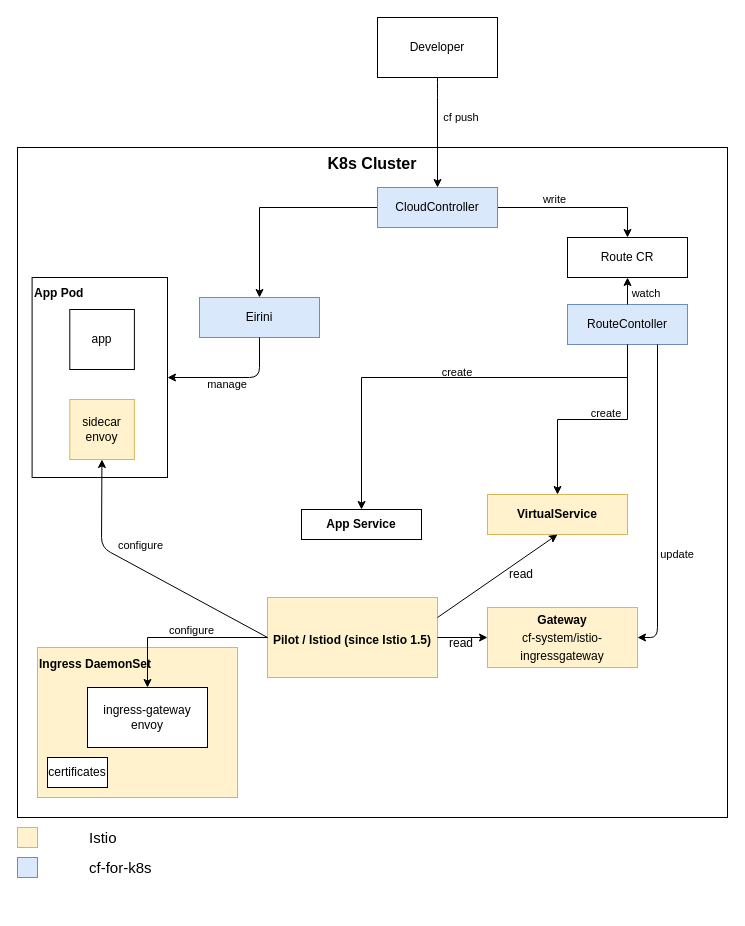
Earlier version of the draw.io diagram doc/configuration.drawio (akhinos/cf4k8s-networking). Source tidied: cells renumbered, new cells numbered last; positions are measured from the earlier drawing's top-left corner, leaving out a move shared by most shapes. Both pictures are drawn from the tidied source at 100%, with x=0, y=0 at pixel (17, 17).
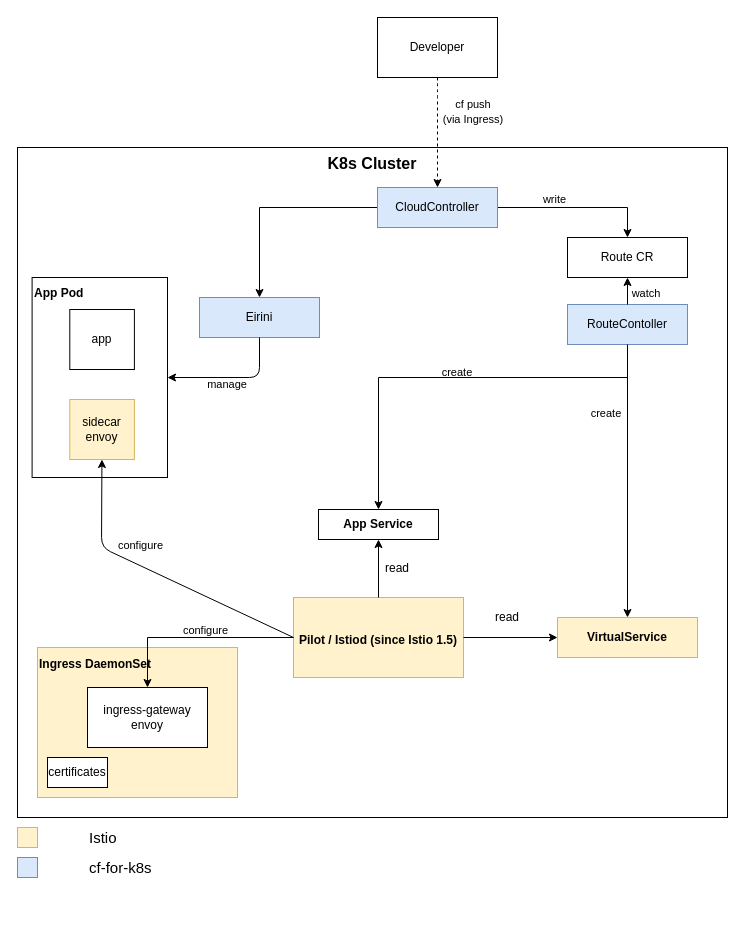
After the change.

Commit message (it also covers changes not shown here):
Adapt configuration overview

The change refers to these unchanged cells:
```xml
<mxCell id="8" value="&lt;b&gt;&lt;br&gt;&lt;br&gt;Pilot / Istiod (since Istio 1.5)&lt;/b&gt;" style="rounded=0;whiteSpace=wrap;html=1;verticalAlign=top;fillColor=#fff2cc;strokeColor=#d6b656;" parent="7" vertex="1">
  <mxGeometry width="170" height="80" as="geometry" />
</mxCell>
<mxCell id="9" value="RouteContoller" style="rounded=0;whiteSpace=wrap;html=1;fillColor=#dae8fc;strokeColor=#6c8ebf;" parent="1" vertex="1">
  <mxGeometry x="550" y="287" width="120" height="40" as="geometry" />
</mxCell>
<mxCell id="13" value="CloudController" style="rounded=0;whiteSpace=wrap;html=1;fillColor=#dae8fc;strokeColor=#6c8ebf;" parent="1" vertex="1">
  <mxGeometry x="360" y="170" width="120" height="40" as="geometry" />
</mxCell>
<mxCell id="22" value="Developer" style="rounded=0;whiteSpace=wrap;html=1;" parent="1" vertex="1">
  <mxGeometry x="360" width="120" height="60" as="geometry" />
</mxCell>
```

What changed in the source:
```diff
@@
     <mxCell id="7" style="group;fillColor=#fff2cc;strokeColor=#d6b656;" parent="1" vertex="1">
-      <mxGeometry x="250" y="580" width="170" height="80" as="geometry" />
+      <mxGeometry x="276" y="580" width="170" height="80" as="geometry" />
     </mxCell>
@@
     <mxCell id="21" value="&lt;b&gt;VirtualService&lt;/b&gt;" style="rounded=0;whiteSpace=wrap;html=1;fillColor=#fff2cc;strokeColor=#d6b656;" parent="1" vertex="1">
-      <mxGeometry x="470" y="477" width="140" height="40" as="geometry" />
+      <mxGeometry x="540" y="600" width="140" height="40" as="geometry" />
     </mxCell>
@@
     <mxCell id="23" value="&lt;font style=&quot;font-size: 12px&quot;&gt;App Service&lt;/font&gt;" style="rounded=0;whiteSpace=wrap;html=1;fontSize=12;fontStyle=1;" parent="1" vertex="1">
-      <mxGeometry x="284" y="492" width="120" height="30" as="geometry" />
+      <mxGeometry x="301" y="492" width="120" height="30" as="geometry" />
     </mxCell>
@@
-    <mxCell id="32" value="&lt;div style=&quot;line-height: 18px&quot;&gt;&lt;font&gt;&lt;b&gt;&lt;font style=&quot;font-size: 12px&quot;&gt;Gateway&lt;/font&gt;&lt;br&gt;&lt;/b&gt;&lt;/font&gt;cf-system/istio-ingressgateway&lt;/div&gt;" style="rounded=0;whiteSpace=wrap;html=1;fillColor=#fff2cc;strokeColor=#d6b656;labelBackgroundColor=none;" parent="1" vertex="1">
-      <mxGeometry x="470" y="590" width="150" height="60" as="geometry" />
-    </mxCell>
@@
-    <mxCell id="34" style="endArrow=classic;html=1;exitX=0.5;exitY=1;exitDx=0;exitDy=0;entryX=0.5;entryY=0;entryDx=0;entryDy=0;" parent="1" edge="1" source="22" target="13">
+    <mxCell id="34" style="endArrow=classic;html=1;exitX=0.5;exitY=1;exitDx=0;exitDy=0;entryX=0.5;entryY=0;entryDx=0;entryDy=0;dashed=1;" parent="1" edge="1" source="22" target="13">
       <mxGeometry relative="1" as="geometry">
         <Array as="points">
           <mxPoint x="420" y="70" />
         </Array>
       </mxGeometry>
     </mxCell>
-    <mxCell id="35" value="&lt;font style=&quot;font-size: 11px&quot;&gt;cf push&lt;/font&gt;" style="text;html=1;strokeColor=none;fillColor=none;align=center;verticalAlign=middle;whiteSpace=wrap;rounded=0;" parent="1" vertex="1">
-      <mxGeometry x="404" y="90" width="80" height="20" as="geometry" />
+    <mxCell id="35" value="&lt;font style=&quot;font-size: 11px&quot;&gt;cf push&lt;br&gt;(via Ingress)&lt;br&gt;&lt;/font&gt;" style="text;html=1;strokeColor=none;fillColor=none;align=center;verticalAlign=middle;whiteSpace=wrap;rounded=0;" parent="1" vertex="1">
+      <mxGeometry x="416" y="84" width="80" height="20" as="geometry" />
     </mxCell>
@@
-    <mxCell id="42" style="endArrow=classic;html=1;fontSize=11;exitX=0.75;exitY=1;exitDx=0;exitDy=0;entryX=1;entryY=0.5;entryDx=0;entryDy=0;" parent="1" edge="1" source="9" target="32">
-      <mxGeometry relative="1" as="geometry">
-        <Array as="points">
-          <mxPoint x="640" y="620" />
-        </Array>
-      </mxGeometry>
-    </mxCell>
@@
-    <mxCell id="44" value="update" style="text;html=1;strokeColor=none;fillColor=none;align=center;verticalAlign=middle;whiteSpace=wrap;rounded=0;fontSize=11;" parent="1" vertex="1">
-      <mxGeometry x="640" y="527" width="40" height="20" as="geometry" />
-    </mxCell>
     <mxCell id="45" style="edgeStyle=orthogonalEdgeStyle;rounded=0;jettySize=auto;html=1;" parent="1" edge="1" target="23">
       <mxGeometry relative="1" as="geometry">
         <mxPoint x="610" y="330" as="sourcePoint" />
         <Array as="points">
           <mxPoint x="610" y="360" />
-          <mxPoint x="344" y="360" />
+          <mxPoint x="361" y="360" />
         </Array>
       </mxGeometry>
     </mxCell>
@@
-    <mxCell id="47" style="endArrow=classic;html=1;fontSize=11;exitX=1;exitY=0.25;exitDx=0;exitDy=0;entryX=0.5;entryY=1;entryDx=0;entryDy=0;" parent="1" edge="1" source="8" target="21">
+    <mxCell id="47" style="endArrow=classic;html=1;fontSize=11;exitX=1;exitY=0.5;exitDx=0;exitDy=0;entryX=0;entryY=0.5;entryDx=0;entryDy=0;" parent="1" edge="1" source="8" target="21">
       <mxGeometry relative="1" as="geometry" />
     </mxCell>
-    <mxCell id="48" style="endArrow=classic;html=1;entryX=0;entryY=0.5;entryDx=0;entryDy=0;exitX=1;exitY=0.5;exitDx=0;exitDy=0;" parent="1" edge="1" source="8" target="32">
-      <mxGeometry relative="1" as="geometry" />
-    </mxCell>
     <mxCell id="49" value="read" style="text;html=1;strokeColor=none;fillColor=none;align=center;verticalAlign=middle;whiteSpace=wrap;rounded=0;" parent="1" vertex="1">
-      <mxGeometry x="484" y="547" width="40" height="20" as="geometry" />
+      <mxGeometry x="470" y="590" width="40" height="20" as="geometry" />
     </mxCell>
+    <mxCell id="51" style="edgeStyle=orthogonalEdgeStyle;rounded=0;jettySize=auto;html=1;" parent="1" edge="1" source="8" target="23">
+      <mxGeometry relative="1" as="geometry" />
+    </mxCell>
     <mxCell id="50" value="read" style="text;html=1;strokeColor=none;fillColor=none;align=center;verticalAlign=middle;whiteSpace=wrap;rounded=0;" parent="1" vertex="1">
-      <mxGeometry x="424" y="616" width="40" height="20" as="geometry" />
+      <mxGeometry x="360" y="536" width="40" height="30" as="geometry" />
     </mxCell>
```
